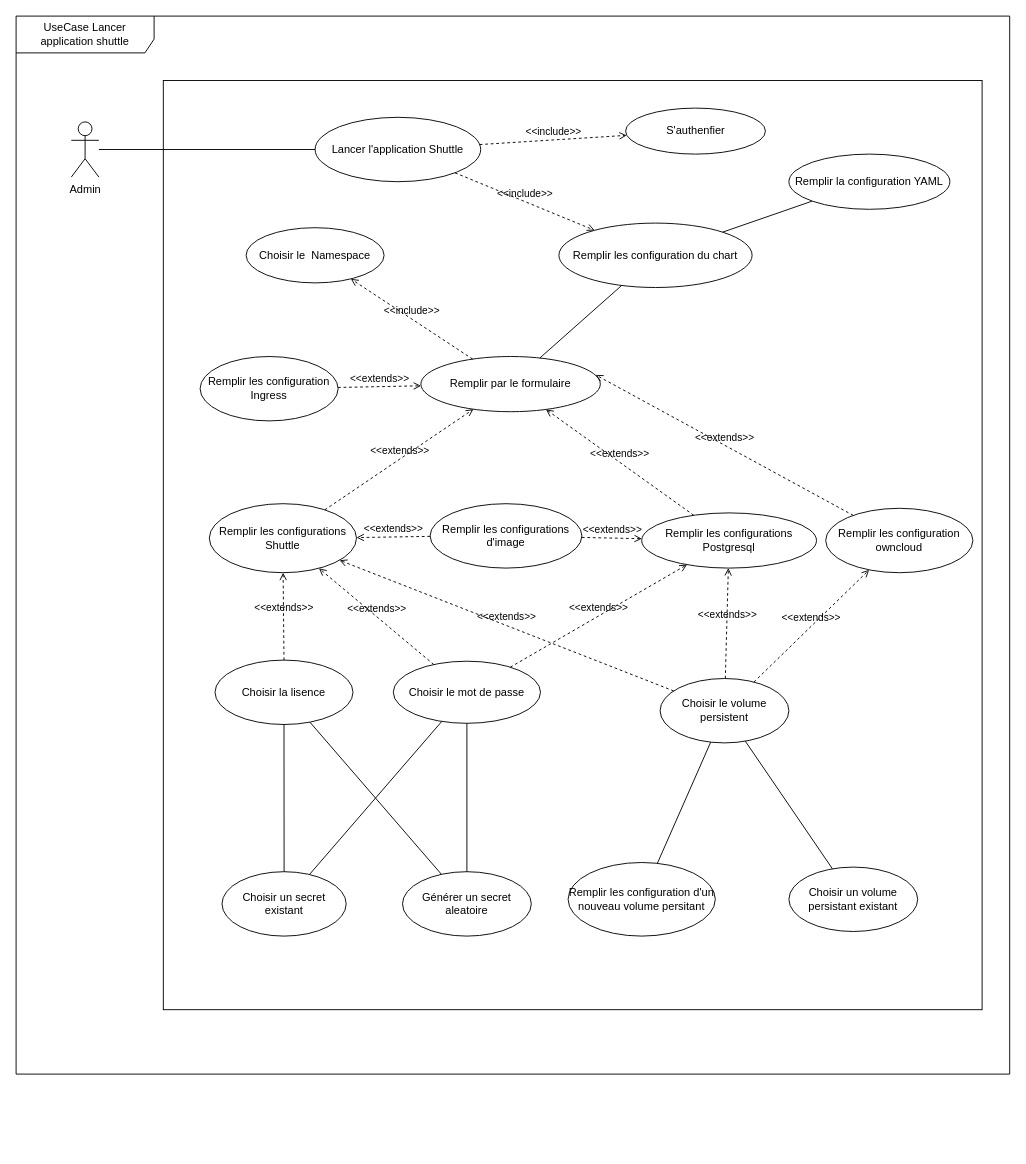
Above: page "usecase_lancer_shuttle" (5 of 11) of Untitled Diagram.drawio in Samet-MohamedAmin/rapport_pfe (draw.io), before the change. Source tidied: cells renumbered, new cells numbered last; positions are measured from the earlier drawing's top-left corner, leaving out a move shared by most shapes. Both pictures are drawn from the tidied source at 92%, with x=0, y=0 at pixel (16, 16).
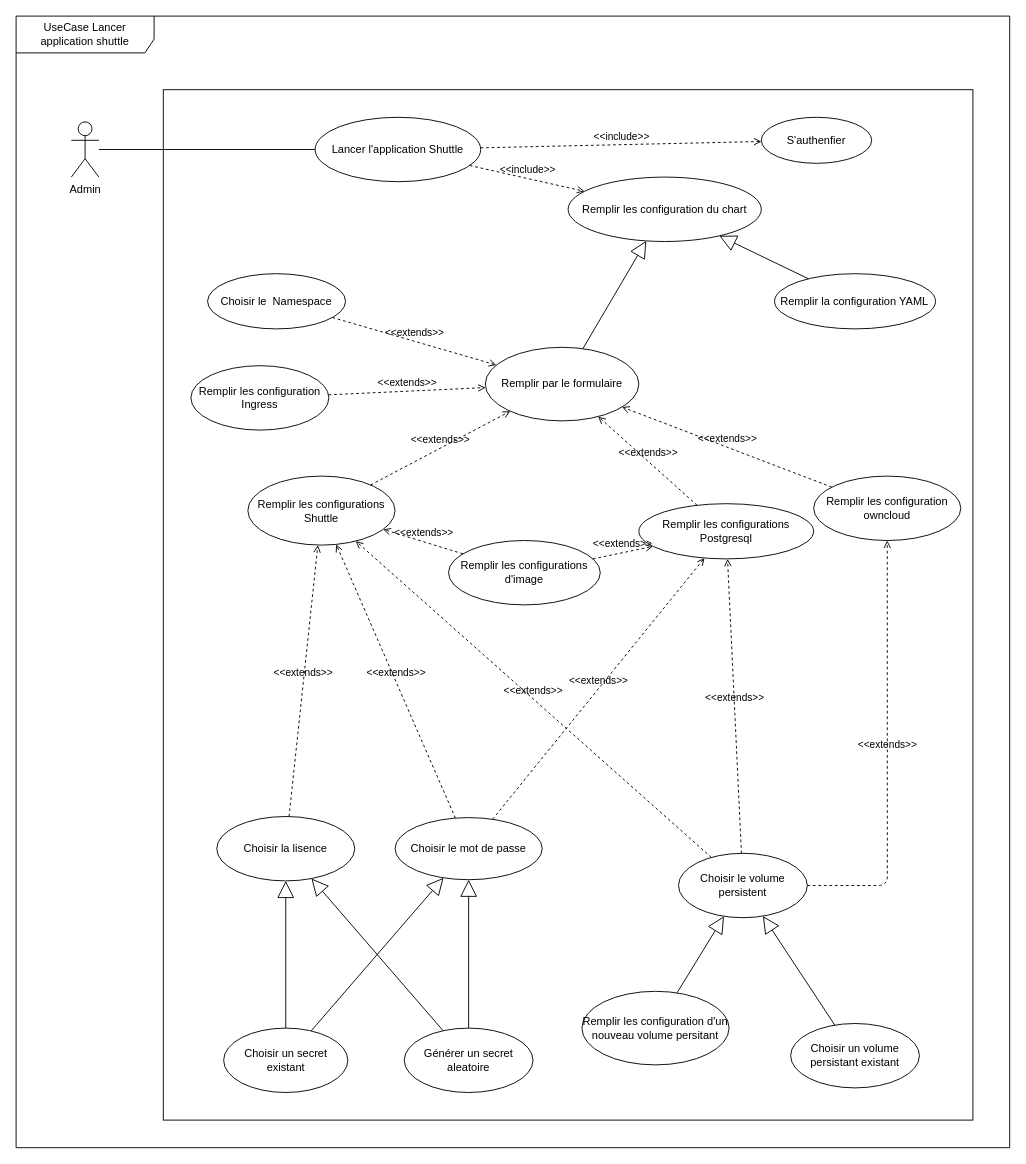
The same page after the edit.

Diff of the diagram source:
```diff
@@
     <mxCell id="2" value="&lt;div&gt;UseCase Lancer application shuttle&lt;/div&gt;" style="shape=umlFrame;whiteSpace=wrap;html=1;width=150;height=40;" parent="1" vertex="1">
-      <mxGeometry width="1080" height="1150" as="geometry" />
+      <mxGeometry width="1080" height="1230" as="geometry" />
     </mxCell>
@@
     <mxCell id="4" style="rounded=0;whiteSpace=wrap;html=1;shadow=0;strokeWidth=1;" parent="1" vertex="1">
-      <mxGeometry x="160" y="70" width="890" height="1010" as="geometry" />
+      <mxGeometry x="160" y="80" width="880" height="1120" as="geometry" />
     </mxCell>
@@
     <mxCell id="6" value="Remplir les configuration du chart" style="ellipse;whiteSpace=wrap;html=1;shadow=0;strokeWidth=1;" parent="1" vertex="1">
-      <mxGeometry x="590" y="225" width="210" height="70" as="geometry" />
+      <mxGeometry x="600" y="175" width="210" height="70" as="geometry" />
     </mxCell>
@@
     <mxCell id="10" value="Choisir le&amp;nbsp; Namespace" style="ellipse;whiteSpace=wrap;html=1;" parent="1" vertex="1">
-      <mxGeometry x="250" y="230" width="150" height="60" as="geometry" />
+      <mxGeometry x="208.1" y="280" width="150" height="60" as="geometry" />
     </mxCell>
     <mxCell id="11" value="Remplir les configurations Shuttle" style="ellipse;whiteSpace=wrap;html=1;" parent="1" vertex="1">
-      <mxGeometry x="210" y="530" width="160" height="75" as="geometry" />
+      <mxGeometry x="251.9" y="500" width="160" height="75" as="geometry" />
     </mxCell>
     <mxCell id="12" value="Remplir par le formulaire" style="ellipse;whiteSpace=wrap;html=1;" parent="1" vertex="1">
-      <mxGeometry x="440" y="370" width="195" height="60" as="geometry" />
+      <mxGeometry x="510" y="360" width="166.9" height="80" as="geometry" />
     </mxCell>
     <mxCell id="13" value="Remplir la configuration YAML" style="ellipse;whiteSpace=wrap;html=1;" parent="1" vertex="1">
-      <mxGeometry x="840" y="150" width="175" height="60" as="geometry" />
+      <mxGeometry x="824.4" y="280" width="175" height="60" as="geometry" />
     </mxCell>
-    <mxCell id="14" style="endArrow=none;html=1;" parent="1" edge="1" source="12" target="6">
-      <mxGeometry relative="1" as="geometry" />
-    </mxCell>
-    <mxCell id="15" style="endArrow=none;html=1;" parent="1" edge="1" source="13" target="6">
-      <mxGeometry relative="1" as="geometry" />
-    </mxCell>
     <mxCell id="16" value="Remplir les configuration owncloud" style="ellipse;whiteSpace=wrap;html=1;" parent="1" vertex="1">
-      <mxGeometry x="880" y="535" width="160" height="70" as="geometry" />
+      <mxGeometry x="866.9" y="500" width="160" height="70" as="geometry" />
     </mxCell>
     <mxCell id="17" value="Remplir les configurations Postgresql" style="ellipse;whiteSpace=wrap;html=1;" parent="1" vertex="1">
-      <mxGeometry x="680" y="540" width="190" height="60" as="geometry" />
+      <mxGeometry x="676.9" y="530" width="190" height="60" as="geometry" />
     </mxCell>
     <mxCell id="18" value="&lt;div&gt;Remplir les configuration Ingress&lt;/div&gt;" style="ellipse;whiteSpace=wrap;html=1;" parent="1" vertex="1">
-      <mxGeometry x="200" y="370" width="150" height="70" as="geometry" />
+      <mxGeometry x="190" y="380" width="150" height="70" as="geometry" />
     </mxCell>
     <mxCell id="19" value="S'authenfier" style="ellipse;whiteSpace=wrap;html=1;" parent="1" vertex="1">
-      <mxGeometry x="662.5" y="100" width="152" height="50" as="geometry" />
+      <mxGeometry x="810" y="110" width="120" height="50" as="geometry" />
     </mxCell>
@@
     <mxCell id="21" value="Choisir le volume persistent" style="ellipse;whiteSpace=wrap;html=1;" parent="1" vertex="1">
-      <mxGeometry x="700" y="720" width="140" height="70" as="geometry" />
+      <mxGeometry x="720" y="910" width="140" height="70" as="geometry" />
     </mxCell>
     <mxCell id="22" value="Remplir les configurations d'image" style="ellipse;whiteSpace=wrap;html=1;" parent="1" vertex="1">
-      <mxGeometry x="450" y="530" width="165" height="70" as="geometry" />
+      <mxGeometry x="470" y="570" width="165" height="70" as="geometry" />
     </mxCell>
     <mxCell id="23" value="Choisir la lisence" style="ellipse;whiteSpace=wrap;html=1;" parent="1" vertex="1">
-      <mxGeometry x="216.2" y="700" width="150" height="70" as="geometry" />
+      <mxGeometry x="218.1" y="870" width="150" height="70" as="geometry" />
     </mxCell>
     <mxCell id="24" value="Choisir le mot de passe" style="ellipse;whiteSpace=wrap;html=1;" parent="1" vertex="1">
-      <mxGeometry x="410" y="701.2" width="160" height="67.5" as="geometry" />
+      <mxGeometry x="411.9" y="871.2" width="160" height="67.5" as="geometry" />
     </mxCell>
     <mxCell id="25" value="Choisir un volume persistant existant" style="ellipse;whiteSpace=wrap;html=1;" parent="1" vertex="1">
-      <mxGeometry x="840" y="925" width="140" height="70" as="geometry" />
+      <mxGeometry x="841.9" y="1095" width="140" height="70" as="geometry" />
     </mxCell>
-    <mxCell id="26" style="endArrow=none;html=1;" parent="1" edge="1" source="25" target="21">
-      <mxGeometry relative="1" as="geometry" />
-    </mxCell>
     <mxCell id="27" value="Remplir les configuration d'un nouveau volume persitant" style="ellipse;whiteSpace=wrap;html=1;" parent="1" vertex="1">
-      <mxGeometry x="600" y="920" width="160" height="80" as="geometry" />
+      <mxGeometry x="615" y="1060" width="160" height="80" as="geometry" />
     </mxCell>
-    <mxCell id="28" style="endArrow=none;html=1;" parent="1" edge="1" source="27" target="21">
-      <mxGeometry relative="1" as="geometry" />
-    </mxCell>
-    <mxCell id="29" value="&amp;lt;&amp;lt;include&amp;gt;&amp;gt;" style="edgeStyle=none;html=1;endArrow=open;verticalAlign=bottom;dashed=1;labelBackgroundColor=none;" parent="1" edge="1" source="12" target="10">
-      <mxGeometry relative="1" as="geometry" />
-    </mxCell>
     <mxCell id="30" value="Choisir un secret existant" style="ellipse;whiteSpace=wrap;html=1;" parent="1" vertex="1">
-      <mxGeometry x="223.8" y="930" width="135" height="70" as="geometry" />
+      <mxGeometry x="225.6" y="1100" width="135" height="70" as="geometry" />
     </mxCell>
     <mxCell id="31" value="Générer un secret aleatoire" style="ellipse;whiteSpace=wrap;html=1;" parent="1" vertex="1">
-      <mxGeometry x="420" y="930" width="140" height="70" as="geometry" />
+      <mxGeometry x="421.9" y="1100" width="140" height="70" as="geometry" />
     </mxCell>
-    <mxCell id="32" style="endArrow=none;html=1;" parent="1" edge="1" source="23" target="31">
-      <mxGeometry relative="1" as="geometry" />
-    </mxCell>
-    <mxCell id="33" style="endArrow=none;html=1;" parent="1" edge="1" source="30" target="23">
-      <mxGeometry relative="1" as="geometry" />
-    </mxCell>
-    <mxCell id="34" style="endArrow=none;html=1;" parent="1" edge="1" source="30" target="24">
-      <mxGeometry relative="1" as="geometry" />
-    </mxCell>
-    <mxCell id="35" style="endArrow=none;html=1;" parent="1" edge="1" source="31" target="24">
-      <mxGeometry relative="1" as="geometry" />
-    </mxCell>
@@
-    <mxCell id="42" value="&amp;lt;&amp;lt;extends&amp;gt;&amp;gt;" style="edgeStyle=none;html=1;endArrow=open;verticalAlign=bottom;dashed=1;labelBackgroundColor=none;entryX=0.974;entryY=0.333;entryDx=0;entryDy=0;entryPerimeter=0;" parent="1" edge="1" source="16" target="12">
+    <mxCell id="42" value="&amp;lt;&amp;lt;extends&amp;gt;&amp;gt;" style="edgeStyle=none;html=1;endArrow=open;verticalAlign=bottom;dashed=1;labelBackgroundColor=none;" parent="1" edge="1" source="16" target="12">
       <mxGeometry relative="1" as="geometry" />
     </mxCell>
@@
     <mxCell id="46" value="&amp;lt;&amp;lt;extends&amp;gt;&amp;gt;" style="edgeStyle=none;html=1;endArrow=open;verticalAlign=bottom;dashed=1;labelBackgroundColor=none;" parent="1" edge="1" source="21" target="16">
-      <mxGeometry relative="1" as="geometry" />
+      <mxGeometry relative="1" as="geometry">
+        <Array as="points">
+          <mxPoint x="947" y="945" />
+        </Array>
+      </mxGeometry>
     </mxCell>
@@
+    <mxCell id="14" style="endArrow=block;html=1;endFill=0;endSize=16;" parent="1" edge="1" source="12" target="6">
+      <mxGeometry relative="1" as="geometry" />
+    </mxCell>
+    <mxCell id="15" style="endArrow=block;html=1;endFill=0;endSize=16;" parent="1" edge="1" source="13" target="6">
+      <mxGeometry relative="1" as="geometry" />
+    </mxCell>
+    <mxCell id="48" style="endArrow=block;html=1;endFill=0;endSize=16;" parent="1" edge="1" source="31" target="23">
+      <mxGeometry relative="1" as="geometry" />
+    </mxCell>
+    <mxCell id="33" style="endArrow=block;html=1;endFill=0;endSize=16;" parent="1" edge="1" source="30" target="23">
+      <mxGeometry relative="1" as="geometry" />
+    </mxCell>
+    <mxCell id="34" style="endArrow=block;html=1;endFill=0;endSize=16;" parent="1" edge="1" source="30" target="24">
+      <mxGeometry relative="1" as="geometry" />
+    </mxCell>
+    <mxCell id="35" style="endArrow=block;html=1;endFill=0;endSize=16;" parent="1" edge="1" source="31" target="24">
+      <mxGeometry relative="1" as="geometry" />
+    </mxCell>
+    <mxCell id="28" style="endArrow=block;html=1;endFill=0;endSize=16;" parent="1" edge="1" source="27" target="21">
+      <mxGeometry relative="1" as="geometry" />
+    </mxCell>
+    <mxCell id="26" style="endArrow=block;html=1;endFill=0;endSize=16;" parent="1" edge="1" source="25" target="21">
+      <mxGeometry relative="1" as="geometry" />
+    </mxCell>
+    <mxCell id="49" value="&amp;lt;&amp;lt;extends&amp;gt;&amp;gt;" style="edgeStyle=none;html=1;endArrow=open;verticalAlign=bottom;dashed=1;labelBackgroundColor=none;" parent="1" edge="1" source="10" target="12">
+      <mxGeometry relative="1" as="geometry" />
+    </mxCell>
```
